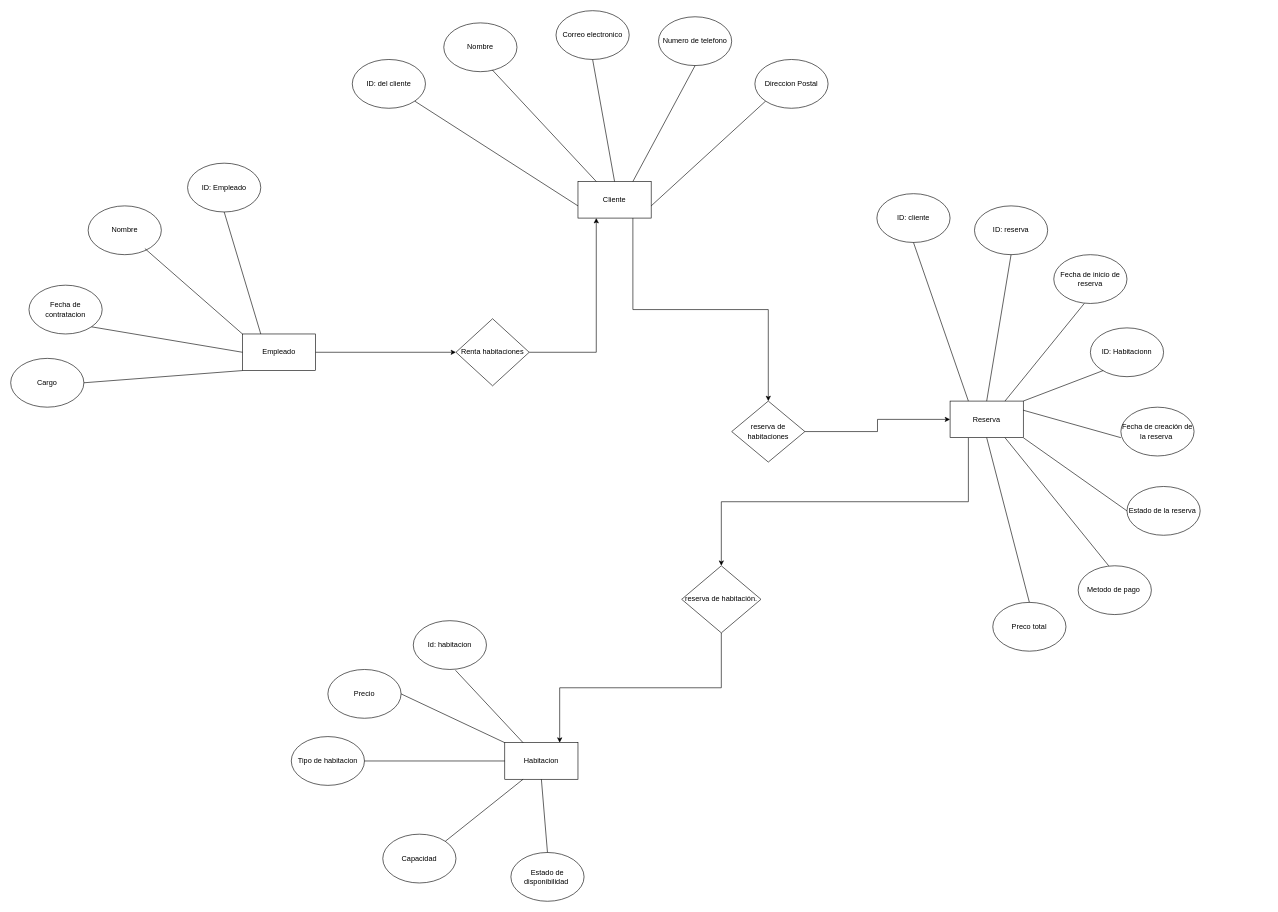
The draw.io diagram page "Página-1" (1 of 2) of diagrama/reserva.drawio in 22620188Oliverio/fdb-Oliverio-Rojas, before the edit. Source tidied: cells renumbered, new cells numbered last; positions are measured from the earlier drawing's top-left corner, leaving out a move shared by most shapes. Both pictures are drawn from the tidied source at 61%, with x=0, y=0 at pixel (10, 10).
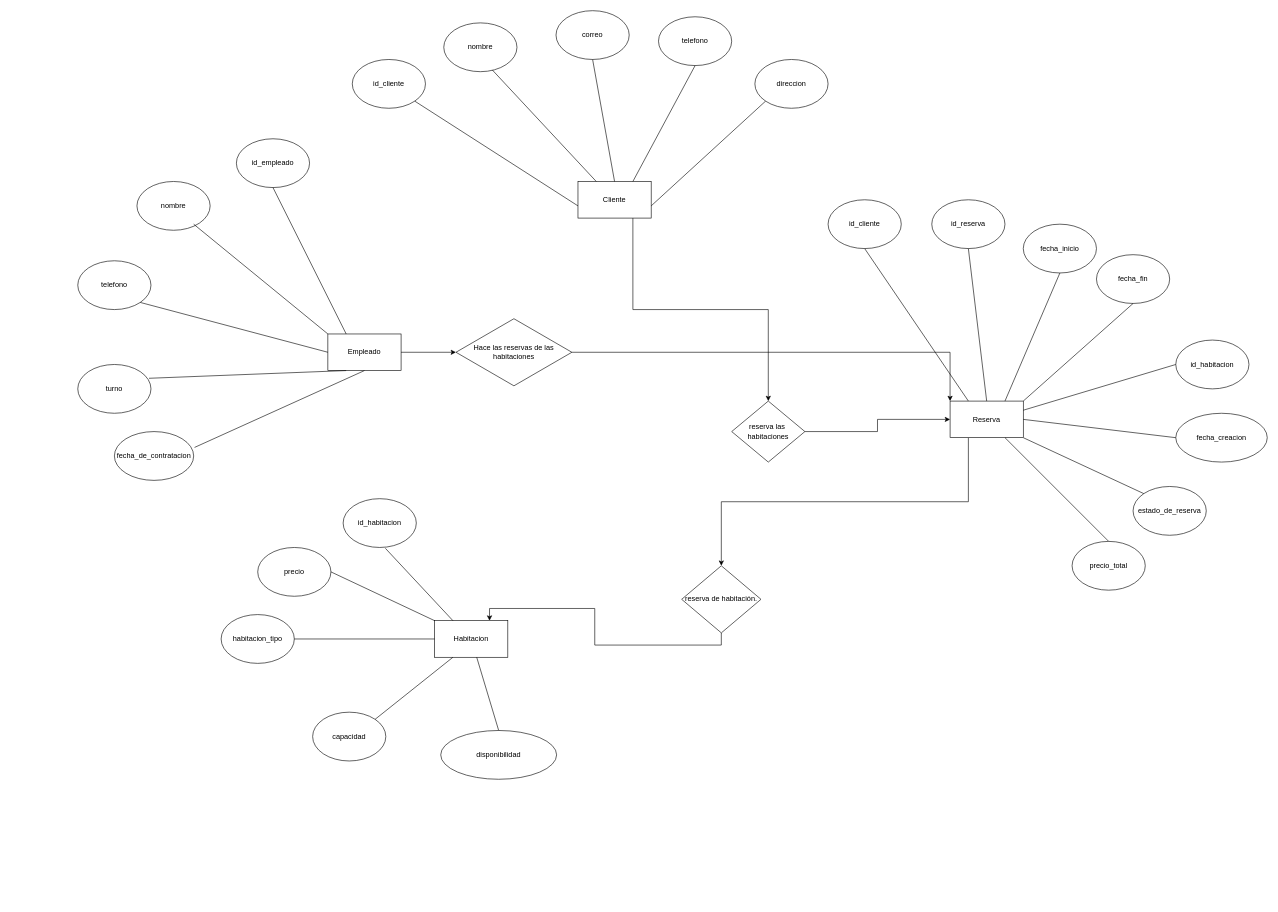
The same page after the edit.

The change refers to these unchanged cells:
```xml
<mxCell id="3" value="Cliente" style="rounded=0;whiteSpace=wrap;html=1;" parent="1" vertex="1">
  <mxGeometry x="930" y="280" width="120" height="60" as="geometry" />
</mxCell>
<mxCell id="28" value="Reserva" style="rounded=0;whiteSpace=wrap;html=1;" parent="1" vertex="1">
  <mxGeometry x="1540" y="640" width="120" height="60" as="geometry" />
</mxCell>
```

Diff of the diagram source:
```diff
@@
-    <mxCell id="4" value="Nombre" style="ellipse;whiteSpace=wrap;html=1;" parent="1" vertex="1">
+    <mxCell id="4" value="nombre" style="ellipse;whiteSpace=wrap;html=1;" parent="1" vertex="1">
       <mxGeometry x="710" y="20" width="120" height="80" as="geometry" />
     </mxCell>
-    <mxCell id="5" value="ID: del cliente" style="ellipse;whiteSpace=wrap;html=1;" parent="1" vertex="1">
+    <mxCell id="5" value="id_cliente" style="ellipse;whiteSpace=wrap;html=1;" parent="1" vertex="1">
       <mxGeometry x="560" y="80" width="120" height="80" as="geometry" />
     </mxCell>
-    <mxCell id="6" value="Correo electronico" style="ellipse;whiteSpace=wrap;html=1;" parent="1" vertex="1">
+    <mxCell id="6" value="correo" style="ellipse;whiteSpace=wrap;html=1;" parent="1" vertex="1">
       <mxGeometry x="894" width="120" height="80" as="geometry" />
     </mxCell>
-    <mxCell id="7" value="Numero de telefono" style="ellipse;whiteSpace=wrap;html=1;" parent="1" vertex="1">
+    <mxCell id="7" value="telefono" style="ellipse;whiteSpace=wrap;html=1;" parent="1" vertex="1">
       <mxGeometry x="1062" y="10" width="120" height="80" as="geometry" />
     </mxCell>
@@
     <mxCell id="14" value="Habitacion" style="rounded=0;whiteSpace=wrap;html=1;" parent="1" vertex="1">
-      <mxGeometry x="810" y="1200" width="120" height="60" as="geometry" />
+      <mxGeometry x="695" y="1000" width="120" height="60" as="geometry" />
     </mxCell>
-    <mxCell id="15" value="Precio" style="ellipse;whiteSpace=wrap;html=1;" parent="1" vertex="1">
-      <mxGeometry x="520" y="1080" width="120" height="80" as="geometry" />
+    <mxCell id="15" value="precio" style="ellipse;whiteSpace=wrap;html=1;" parent="1" vertex="1">
+      <mxGeometry x="405" y="880" width="120" height="80" as="geometry" />
     </mxCell>
-    <mxCell id="16" value="Id: habitacion" style="ellipse;whiteSpace=wrap;html=1;" parent="1" vertex="1">
-      <mxGeometry x="660" y="1000" width="120" height="80" as="geometry" />
+    <mxCell id="16" value="id_habitacion" style="ellipse;whiteSpace=wrap;html=1;align=center;" parent="1" vertex="1">
+      <mxGeometry x="545" y="800" width="120" height="80" as="geometry" />
     </mxCell>
-    <mxCell id="17" value="Tipo de habitacion" style="ellipse;whiteSpace=wrap;html=1;" parent="1" vertex="1">
-      <mxGeometry x="460" y="1190" width="120" height="80" as="geometry" />
+    <mxCell id="17" value="habitacion_tipo" style="ellipse;whiteSpace=wrap;html=1;" parent="1" vertex="1">
+      <mxGeometry x="345" y="990" width="120" height="80" as="geometry" />
     </mxCell>
-    <mxCell id="18" value="Estado de disponibilidad&amp;nbsp;" style="ellipse;whiteSpace=wrap;html=1;" parent="1" vertex="1">
-      <mxGeometry x="820" y="1380" width="120" height="80" as="geometry" />
+    <mxCell id="18" value="disponibilidad" style="ellipse;whiteSpace=wrap;html=1;" parent="1" vertex="1">
+      <mxGeometry x="705" y="1180" width="190" height="80" as="geometry" />
     </mxCell>
-    <mxCell id="19" value="Capacidad" style="ellipse;whiteSpace=wrap;html=1;" parent="1" vertex="1">
-      <mxGeometry x="610" y="1350" width="120" height="80" as="geometry" />
+    <mxCell id="19" value="capacidad" style="ellipse;whiteSpace=wrap;html=1;" parent="1" vertex="1">
+      <mxGeometry x="495" y="1150" width="120" height="80" as="geometry" />
     </mxCell>
-    <mxCell id="20" style="endArrow=none;html=1;rounded=0;exitX=0.5;exitY=0;exitDx=0;exitDy=0;entryX=0.5;entryY=1;entryDx=0;entryDy=0;" parent="1" edge="1" source="18" target="14">
+    <mxCell id="20" style="endArrow=none;html=1;rounded=0;exitX=0.5;exitY=0;exitDx=0;exitDy=0;" parent="1" edge="1" source="18" target="14">
       <mxGeometry relative="1" as="geometry" />
     </mxCell>
     <mxCell id="21" style="endArrow=none;html=1;rounded=0;exitX=1;exitY=0;exitDx=0;exitDy=0;" parent="1" edge="1" source="19">
       <mxGeometry relative="1" as="geometry">
-        <mxPoint x="840" y="1260" as="targetPoint" />
+        <mxPoint x="725" y="1060" as="targetPoint" />
       </mxGeometry>
     </mxCell>
@@
     <mxCell id="23" style="endArrow=none;html=1;rounded=0;entryX=0;entryY=0;entryDx=0;entryDy=0;" parent="1" edge="1" target="14">
       <mxGeometry relative="1" as="geometry">
-        <mxPoint x="640" y="1120" as="sourcePoint" />
+        <mxPoint x="525" y="920" as="sourcePoint" />
       </mxGeometry>
     </mxCell>
@@
-    <mxCell id="26" value="reserva de habitaciones" style="rhombus;whiteSpace=wrap;html=1;" parent="1" vertex="1">
+    <mxCell id="26" value="reserva las&amp;nbsp; habitaciones" style="rhombus;whiteSpace=wrap;html=1;" parent="1" vertex="1">
       <mxGeometry x="1182" y="640" width="120" height="100" as="geometry" />
     </mxCell>
@@
-    <mxCell id="29" value="Fecha de creación de la reserva&amp;nbsp;" style="ellipse;whiteSpace=wrap;html=1;" parent="1" vertex="1">
-      <mxGeometry x="1820" y="650" width="120" height="80" as="geometry" />
+    <mxCell id="29" value="fecha_creacion" style="ellipse;whiteSpace=wrap;html=1;" parent="1" vertex="1">
+      <mxGeometry x="1910" y="660" width="150" height="80" as="geometry" />
     </mxCell>
-    <mxCell id="30" value="ID: Habitacionn" style="ellipse;whiteSpace=wrap;html=1;" parent="1" vertex="1">
-      <mxGeometry x="1770" y="520" width="120" height="80" as="geometry" />
+    <mxCell id="30" value="id_habitacion" style="ellipse;whiteSpace=wrap;html=1;" parent="1" vertex="1">
+      <mxGeometry x="1910" y="540" width="120" height="80" as="geometry" />
     </mxCell>
-    <mxCell id="31" value="Fecha de inicio de reserva" style="ellipse;whiteSpace=wrap;html=1;" parent="1" vertex="1">
-      <mxGeometry x="1710" y="400" width="120" height="80" as="geometry" />
+    <mxCell id="31" value="fecha_inicio" style="ellipse;whiteSpace=wrap;html=1;" parent="1" vertex="1">
+      <mxGeometry x="1660" y="350" width="120" height="80" as="geometry" />
     </mxCell>
-    <mxCell id="32" value="ID: cliente" style="ellipse;whiteSpace=wrap;html=1;" parent="1" vertex="1">
-      <mxGeometry x="1420" y="300" width="120" height="80" as="geometry" />
+    <mxCell id="32" value="id_cliente" style="ellipse;whiteSpace=wrap;html=1;" parent="1" vertex="1">
+      <mxGeometry x="1340" y="310" width="120" height="80" as="geometry" />
     </mxCell>
-    <mxCell id="33" value="ID: reserva" style="ellipse;whiteSpace=wrap;html=1;" parent="1" vertex="1">
-      <mxGeometry x="1580" y="320" width="120" height="80" as="geometry" />
+    <mxCell id="33" value="id_reserva" style="ellipse;whiteSpace=wrap;html=1;" parent="1" vertex="1">
+      <mxGeometry x="1510" y="310" width="120" height="80" as="geometry" />
     </mxCell>
-    <mxCell id="34" value="Preco total" style="ellipse;whiteSpace=wrap;html=1;" parent="1" vertex="1">
-      <mxGeometry x="1610" y="970" width="120" height="80" as="geometry" />
+    <mxCell id="34" value="precio_total" style="ellipse;whiteSpace=wrap;html=1;" parent="1" vertex="1">
+      <mxGeometry x="1740" y="870" width="120" height="80" as="geometry" />
     </mxCell>
-    <mxCell id="35" value="Metodo de pago&amp;nbsp;" style="ellipse;whiteSpace=wrap;html=1;" parent="1" vertex="1">
-      <mxGeometry x="1750" y="910" width="120" height="80" as="geometry" />
-    </mxCell>
-    <mxCell id="36" value="Estado de la reserva&amp;nbsp;" style="ellipse;whiteSpace=wrap;html=1;" parent="1" vertex="1">
-      <mxGeometry x="1830" y="780" width="120" height="80" as="geometry" />
+    <mxCell id="36" value="estado_de_reserva" style="ellipse;whiteSpace=wrap;html=1;" parent="1" vertex="1">
+      <mxGeometry x="1840" y="780" width="120" height="80" as="geometry" />
     </mxCell>
-    <mxCell id="37" style="edgeStyle=orthogonalEdgeStyle;rounded=0;jettySize=auto;html=1;exitX=1;exitY=0.5;exitDx=0;exitDy=0;entryX=0.25;entryY=1;entryDx=0;entryDy=0;" parent="1" edge="1" source="38" target="3">
+    <mxCell id="37" style="edgeStyle=orthogonalEdgeStyle;rounded=0;jettySize=auto;html=1;exitX=1;exitY=0.5;exitDx=0;exitDy=0;entryX=0;entryY=0;entryDx=0;entryDy=0;" parent="1" edge="1" source="38" target="28">
       <mxGeometry relative="1" as="geometry" />
     </mxCell>
-    <mxCell id="38" value="Renta habitaciones" style="rhombus;whiteSpace=wrap;html=1;" parent="1" vertex="1">
-      <mxGeometry x="730" y="505" width="120" height="110" as="geometry" />
+    <mxCell id="38" value="Hace las reservas de las habitaciones" style="rhombus;whiteSpace=wrap;html=1;" parent="1" vertex="1">
+      <mxGeometry x="730" y="505" width="190" height="110" as="geometry" />
     </mxCell>
     <mxCell id="39" value="Empleado" style="rounded=0;whiteSpace=wrap;html=1;" parent="1" vertex="1">
-      <mxGeometry x="380" y="530" width="120" height="60" as="geometry" />
+      <mxGeometry x="520" y="530" width="120" height="60" as="geometry" />
     </mxCell>
-    <mxCell id="40" value="Fecha de contratacion" style="ellipse;whiteSpace=wrap;html=1;" parent="1" vertex="1">
-      <mxGeometry x="30" y="450" width="120" height="80" as="geometry" />
+    <mxCell id="40" value="telefono" style="ellipse;whiteSpace=wrap;html=1;" parent="1" vertex="1">
+      <mxGeometry x="110" y="410" width="120" height="80" as="geometry" />
     </mxCell>
-    <mxCell id="41" value="Cargo" style="ellipse;whiteSpace=wrap;html=1;" parent="1" vertex="1">
-      <mxGeometry y="570" width="120" height="80" as="geometry" />
-    </mxCell>
-    <mxCell id="42" value="Nombre" style="ellipse;whiteSpace=wrap;html=1;" parent="1" vertex="1">
-      <mxGeometry x="127" y="320" width="120" height="80" as="geometry" />
+    <mxCell id="42" value="nombre" style="ellipse;whiteSpace=wrap;html=1;" parent="1" vertex="1">
+      <mxGeometry x="207" y="280" width="120" height="80" as="geometry" />
     </mxCell>
-    <mxCell id="43" value="ID: Empleado" style="ellipse;whiteSpace=wrap;html=1;" parent="1" vertex="1">
-      <mxGeometry x="290" y="250" width="120" height="80" as="geometry" />
+    <mxCell id="43" value="id_empleado" style="ellipse;whiteSpace=wrap;html=1;" parent="1" vertex="1">
+      <mxGeometry x="370" y="210" width="120" height="80" as="geometry" />
     </mxCell>
-    <mxCell id="44" style="endArrow=none;html=1;rounded=0;exitX=1;exitY=0.5;exitDx=0;exitDy=0;" parent="1" edge="1" source="41">
-      <mxGeometry relative="1" as="geometry">
-        <mxPoint x="380" y="590" as="targetPoint" />
-      </mxGeometry>
-    </mxCell>
     <mxCell id="45" style="endArrow=none;html=1;rounded=0;entryX=0;entryY=0;entryDx=0;entryDy=0;" parent="1" edge="1" target="39">
       <mxGeometry relative="1" as="geometry">
-        <mxPoint x="220" y="390" as="sourcePoint" />
+        <mxPoint x="300" y="350" as="sourcePoint" />
       </mxGeometry>
     </mxCell>
@@
-    <mxCell id="48" style="endArrow=none;html=1;rounded=0;exitX=1;exitY=0;exitDx=0;exitDy=0;" parent="1" edge="1" source="28">
-      <mxGeometry relative="1" as="geometry">
-        <mxPoint x="1791" y="590" as="targetPoint" />
-      </mxGeometry>
+    <mxCell id="48" style="endArrow=none;html=1;rounded=0;exitX=1;exitY=0.25;exitDx=0;exitDy=0;entryX=0;entryY=0.5;entryDx=0;entryDy=0;" parent="1" edge="1" source="28" target="30">
+      <mxGeometry relative="1" as="geometry" />
     </mxCell>
-    <mxCell id="49" style="endArrow=none;html=1;rounded=0;exitX=0.75;exitY=0;exitDx=0;exitDy=0;" parent="1" edge="1" source="28">
-      <mxGeometry relative="1" as="geometry">
-        <mxPoint x="1760" y="480" as="targetPoint" />
-      </mxGeometry>
+    <mxCell id="49" style="endArrow=none;html=1;rounded=0;exitX=0.75;exitY=0;exitDx=0;exitDy=0;entryX=0.5;entryY=1;entryDx=0;entryDy=0;" parent="1" edge="1" source="28" target="31">
+      <mxGeometry relative="1" as="geometry" />
     </mxCell>
@@
-    <mxCell id="52" style="endArrow=none;html=1;rounded=0;exitX=0.5;exitY=0;exitDx=0;exitDy=0;entryX=0.5;entryY=1;entryDx=0;entryDy=0;" parent="1" edge="1" source="34" target="28">
+    <mxCell id="52" style="endArrow=none;html=1;rounded=0;exitX=0.5;exitY=0;exitDx=0;exitDy=0;entryX=0.75;entryY=1;entryDx=0;entryDy=0;" parent="1" edge="1" source="34" target="28">
       <mxGeometry relative="1" as="geometry" />
     </mxCell>
-    <mxCell id="53" style="endArrow=none;html=1;rounded=0;exitX=0.75;exitY=1;exitDx=0;exitDy=0;" parent="1" edge="1" source="28">
-      <mxGeometry relative="1" as="geometry">
-        <mxPoint x="1800" y="910" as="targetPoint" />
-      </mxGeometry>
-    </mxCell>
-    <mxCell id="54" style="endArrow=none;html=1;rounded=0;exitX=1;exitY=1;exitDx=0;exitDy=0;" parent="1" edge="1" source="28">
-      <mxGeometry relative="1" as="geometry">
-        <mxPoint x="1830" y="820" as="targetPoint" />
-      </mxGeometry>
+    <mxCell id="54" style="endArrow=none;html=1;rounded=0;exitX=1;exitY=1;exitDx=0;exitDy=0;entryX=0;entryY=0;entryDx=0;entryDy=0;" parent="1" edge="1" source="28" target="36">
+      <mxGeometry relative="1" as="geometry" />
     </mxCell>
-    <mxCell id="55" style="endArrow=none;html=1;rounded=0;exitX=1;exitY=0.25;exitDx=0;exitDy=0;" parent="1" edge="1" source="28">
-      <mxGeometry relative="1" as="geometry">
-        <mxPoint x="1820" y="700" as="targetPoint" />
-      </mxGeometry>
+    <mxCell id="55" style="endArrow=none;html=1;rounded=0;exitX=1;exitY=0.5;exitDx=0;exitDy=0;entryX=0;entryY=0.5;entryDx=0;entryDy=0;" parent="1" edge="1" source="28" target="29">
+      <mxGeometry relative="1" as="geometry" />
     </mxCell>
-    <mxCell id="56" style="endArrow=classic;html=1;rounded=0;" parent="1" edge="1" target="38">
-      <mxGeometry relative="1" as="geometry">
-        <mxPoint x="500" y="560" as="sourcePoint" />
-      </mxGeometry>
+    <mxCell id="56" style="endArrow=classic;html=1;rounded=0;exitX=1;exitY=0.5;exitDx=0;exitDy=0;entryX=0;entryY=0.5;entryDx=0;entryDy=0;" parent="1" edge="1" source="39" target="38">
+      <mxGeometry relative="1" as="geometry" />
     </mxCell>
-    <mxCell id="57" value="Direccion Postal" style="ellipse;whiteSpace=wrap;html=1;" parent="1" vertex="1">
+    <mxCell id="57" value="direccion" style="ellipse;whiteSpace=wrap;html=1;" parent="1" vertex="1">
       <mxGeometry x="1220" y="80" width="120" height="80" as="geometry" />
     </mxCell>
@@
+    <mxCell id="59" value="turno" style="ellipse;whiteSpace=wrap;html=1;" parent="1" vertex="1">
+      <mxGeometry x="110" y="580" width="120" height="80" as="geometry" />
+    </mxCell>
+    <mxCell id="60" style="endArrow=none;html=1;rounded=0;exitX=0.973;exitY=0.283;exitDx=0;exitDy=0;entryX=0.25;entryY=1;entryDx=0;entryDy=0;exitPerimeter=0;" parent="1" edge="1" source="59" target="39">
+      <mxGeometry relative="1" as="geometry" />
+    </mxCell>
+    <mxCell id="61" value="fecha_de_contratacion" style="ellipse;whiteSpace=wrap;html=1;" parent="1" vertex="1">
+      <mxGeometry x="170" y="690" width="130" height="80" as="geometry" />
+    </mxCell>
+    <mxCell id="62" style="endArrow=none;html=1;rounded=0;exitX=1.011;exitY=0.325;exitDx=0;exitDy=0;entryX=0.5;entryY=1;entryDx=0;entryDy=0;exitPerimeter=0;" parent="1" edge="1" source="61" target="39">
+      <mxGeometry relative="1" as="geometry" />
+    </mxCell>
+    <mxCell id="63" value="fecha_fin" style="ellipse;whiteSpace=wrap;html=1;" parent="1" vertex="1">
+      <mxGeometry x="1780" y="400" width="120" height="80" as="geometry" />
+    </mxCell>
+    <mxCell id="64" style="endArrow=none;html=1;rounded=0;exitX=1;exitY=0;exitDx=0;exitDy=0;entryX=0.5;entryY=1;entryDx=0;entryDy=0;" parent="1" edge="1" source="28" target="63">
+      <mxGeometry relative="1" as="geometry" />
+    </mxCell>
```
